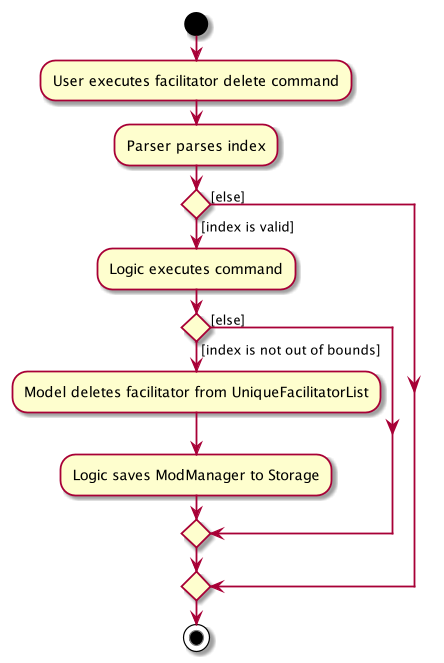
This is docs/images/FacilitatorDeleteActivityDiagram.png from zixinn/main, a PlantUML export, as it was before one commit.
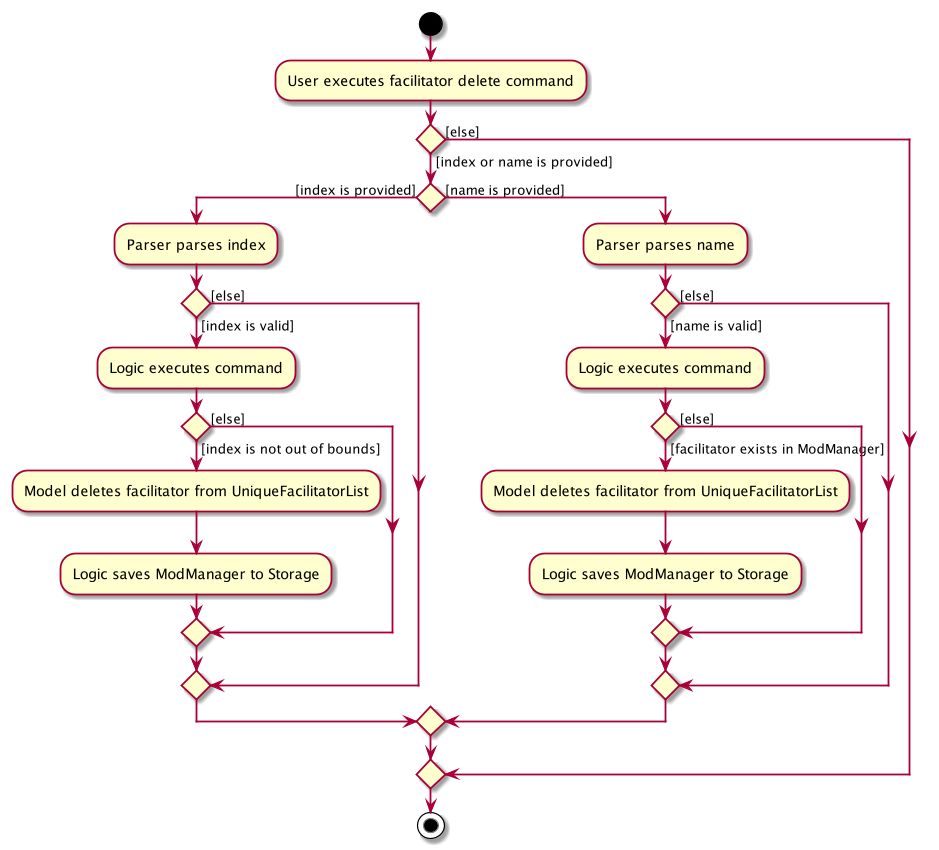
Above is the later version.

The edit, as a diff of the source:
```diff
@@ -1,13 +1,29 @@
 @startuml
 start
 :User executes facilitator delete command;
-:Parser parses index;
-if () then ([index is valid])
-    :Logic executes command;
-    if () then ([index is not out of bounds])
-        :Model deletes facilitator from UniqueFacilitatorList;
-        :Logic saves ModManager to Storage;
-    else ([else])
+if () then ([index or name is provided])
+    if () then ([index is provided])
+        :Parser parses index;
+        if () then ([index is valid])
+            :Logic executes command;
+            if () then ([index is not out of bounds])
+                :Model deletes facilitator from UniqueFacilitatorList;
+                :Logic saves ModManager to Storage;
+            else ([else])
+            endif
+        else ([else])
+        endif
+    else ([name is provided])
+        :Parser parses name;
+        if () then ([name is valid])
+            :Logic executes command;
+            if () then ([facilitator exists in ModManager])
+                :Model deletes facilitator from UniqueFacilitatorList;
+                :Logic saves ModManager to Storage;
+            else ([else])
+            endif
+        else ([else])
+        endif
     endif
 else ([else])
 endif
```
